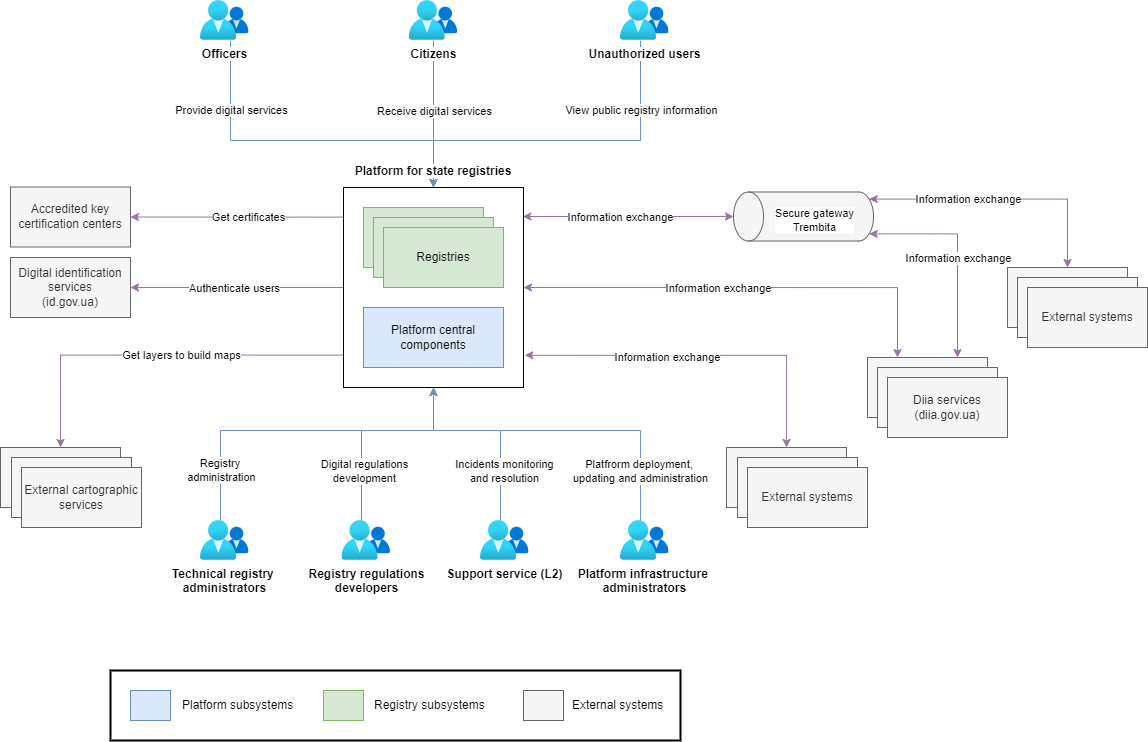
Earlier version of the draw.io export docs/en/modules/arch/images/architecture/ddm-platform-context.png (epam/edp-ddm-architecture). Source tidied: cells renumbered, new cells last; positions are measured from the earlier drawing's top-left corner, leaving out a move shared by most shapes.
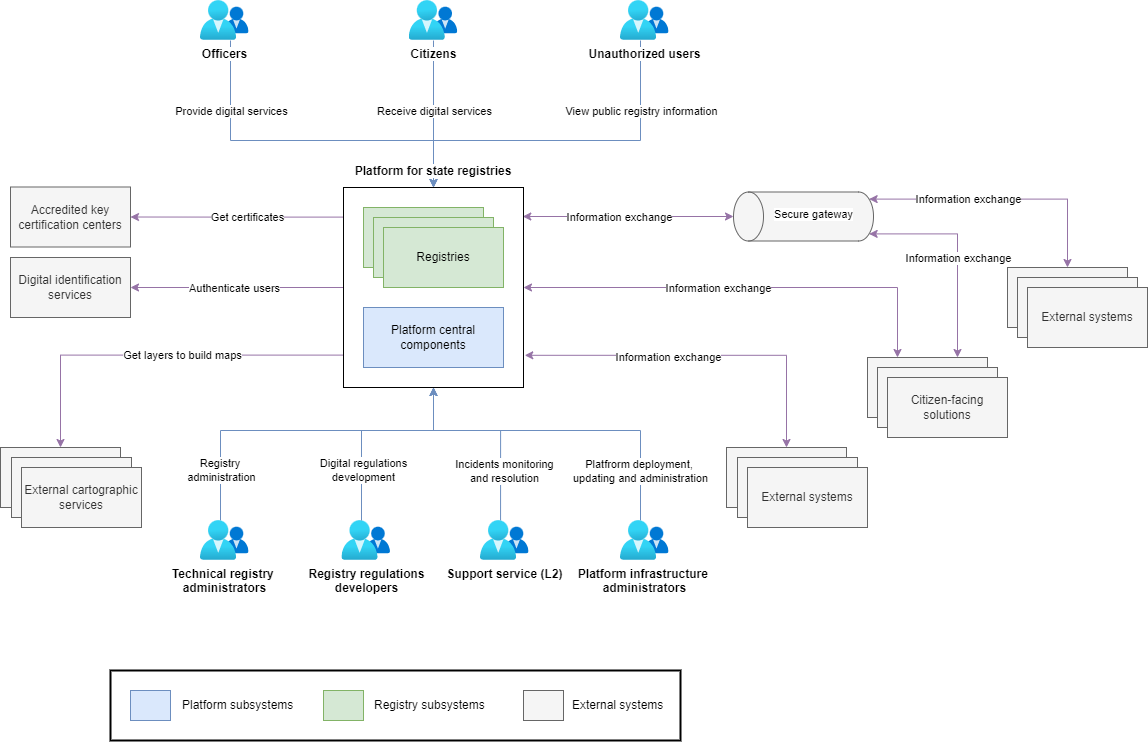
After the commit.

Commit message:
[EDP-DDM-00000] Reviewed en and updated en root index.adoc, updated context en diagram

The edit, as a diff of the source:
```diff
@@ -23,10 +23,10 @@
     <mxCell id="8" style="rounded=0;whiteSpace=wrap;html=1;fillColor=#f5f5f5;fontColor=#333333;strokeColor=#666666;" parent="6" vertex="1">
       <mxGeometry x="10" y="10" width="120" height="60" as="geometry" />
     </mxCell>
-    <mxCell id="9" value="Diia services&lt;br&gt;(diia.gov.ua)" style="rounded=0;whiteSpace=wrap;html=1;fillColor=#f5f5f5;fontColor=#333333;strokeColor=#666666;" parent="6" vertex="1">
+    <mxCell id="9" value="Citizen-facing solutions" style="rounded=0;whiteSpace=wrap;html=1;fillColor=#f5f5f5;fontColor=#333333;strokeColor=#666666;" parent="6" vertex="1">
       <mxGeometry x="20" y="20" width="120" height="60" as="geometry" />
     </mxCell>
-    <mxCell id="10" value="Digital identification services&lt;br&gt;(id.gov.ua)" style="rounded=0;whiteSpace=wrap;html=1;fillColor=#f5f5f5;fontColor=#333333;strokeColor=#666666;" parent="1" vertex="1">
+    <mxCell id="10" value="Digital identification services" style="rounded=0;whiteSpace=wrap;html=1;fillColor=#f5f5f5;fontColor=#333333;strokeColor=#666666;" parent="1" vertex="1">
       <mxGeometry x="10" y="257" width="120" height="60" as="geometry" />
     </mxCell>
     <mxCell id="11" style="group;" parent="1" vertex="1">
@@ -192,9 +192,9 @@
     <mxCell id="47" style="shape=cylinder3;whiteSpace=wrap;html=1;boundedLbl=1;backgroundOutline=1;size=15;rotation=-90;horizontal=0;verticalAlign=bottom;fillColor=#f5f5f5;fontColor=#333333;strokeColor=#666666;" parent="46" vertex="1">
       <mxGeometry x="45.5" y="-45.5" width="49" height="140" as="geometry" />
     </mxCell>
-    <mxCell id="48" value="Secure gateway&lt;br&gt;Trembita" style="edgeLabel;html=1;align=center;verticalAlign=middle;" parent="46" vertex="1">
+    <mxCell id="48" value="Secure gateway" style="edgeLabel;html=1;align=center;verticalAlign=middle;" parent="46" vertex="1">
       <mxGeometry x="79" y="24.5" as="geometry">
-        <mxPoint x="1" y="3" as="offset" />
+        <mxPoint x="1" y="-3" as="offset" />
       </mxGeometry>
     </mxCell>
     <mxCell id="49" style="group;" parent="1" vertex="1">
```
